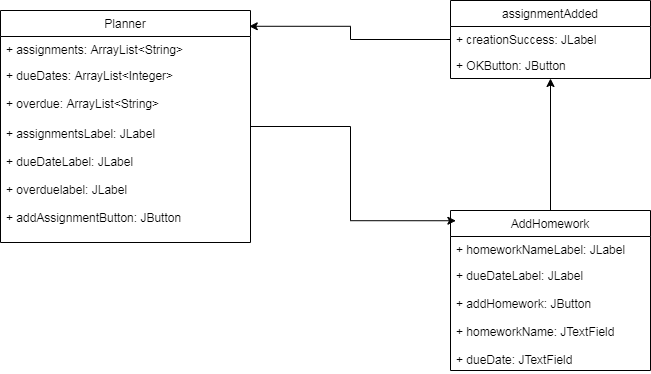
This is Homework Tracker Class Diagram.png from aarontwang/HomeworkTracker, a draw.io export, as it was before one commit. Source tidied: cells renumbered, new cells last; positions are measured from the earlier drawing's top-left corner, leaving out a move shared by most shapes.
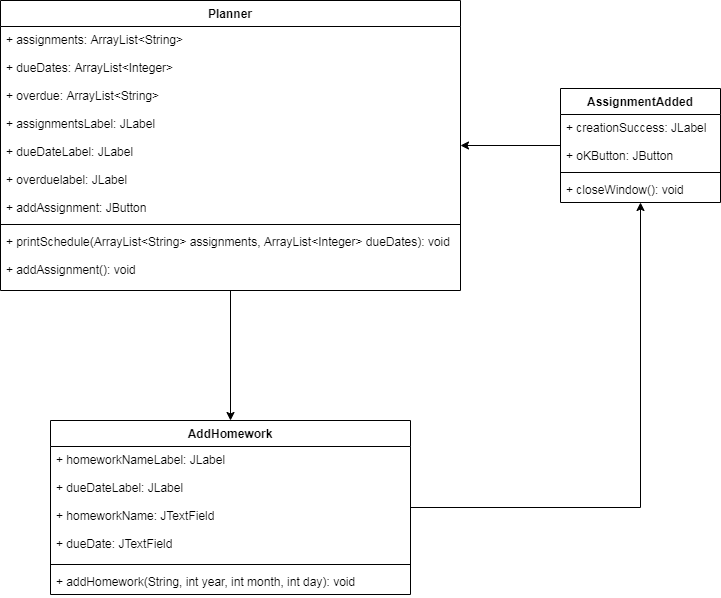
After the change.

Change to the diagram source:
```diff
@@ -2,44 +2,50 @@
   <root>
     <mxCell id="0" />
     <mxCell id="1" parent="0" />
+    <mxCell id="15" style="edgeStyle=orthogonalEdgeStyle;rounded=0;jettySize=auto;html=1;" parent="1" edge="1" source="8" target="20">
+      <mxGeometry relative="1" as="geometry" />
+    </mxCell>
+    <mxCell id="8" value="AddHomework" style="swimlane;fontStyle=1;align=center;verticalAlign=top;horizontal=1;startSize=26;" parent="1" vertex="1">
+      <mxGeometry x="-40" y="430" width="360" height="174" as="geometry" />
+    </mxCell>
+    <mxCell id="16" value="+ homeworkNameLabel: JLabel&#10;&#10;+ dueDateLabel: JLabel&#10;&#10;+ homeworkName: JTextField&#10;&#10;+ dueDate: JTextField" style="text;strokeColor=none;fillColor=none;align=left;verticalAlign=top;spacingLeft=4;spacingRight=4;overflow=hidden;" parent="8" vertex="1">
+      <mxGeometry y="26" width="360" height="114" as="geometry" />
+    </mxCell>
+    <mxCell id="17" style="line;strokeWidth=1;fillColor=none;align=left;verticalAlign=middle;spacingTop=-1;spacingLeft=3;spacingRight=3;labelPosition=right;" parent="8" vertex="1">
+      <mxGeometry y="140" width="360" height="8" as="geometry" />
+    </mxCell>
+    <mxCell id="18" value="+ addHomework(String, int year, int month, int day): void" style="text;strokeColor=none;fillColor=none;align=left;verticalAlign=top;spacingLeft=4;spacingRight=4;overflow=hidden;" parent="8" vertex="1">
+      <mxGeometry y="148" width="360" height="26" as="geometry" />
+    </mxCell>
+    <mxCell id="19" style="edgeStyle=orthogonalEdgeStyle;rounded=0;jettySize=auto;html=1;" parent="1" edge="1" source="20" target="3">
+      <mxGeometry relative="1" as="geometry" />
+    </mxCell>
+    <mxCell id="20" value="AssignmentAdded" style="swimlane;fontStyle=1;align=center;verticalAlign=top;horizontal=1;startSize=26;" parent="1" vertex="1">
+      <mxGeometry x="470" y="98" width="160" height="114" as="geometry" />
+    </mxCell>
+    <mxCell id="21" value="+ creationSuccess: JLabel&#10;&#10;+ oKButton: JButton" style="text;strokeColor=none;fillColor=none;align=left;verticalAlign=top;spacingLeft=4;spacingRight=4;overflow=hidden;" parent="20" vertex="1">
+      <mxGeometry y="26" width="160" height="54" as="geometry" />
+    </mxCell>
+    <mxCell id="22" style="line;strokeWidth=1;fillColor=none;align=left;verticalAlign=middle;spacingTop=-1;spacingLeft=3;spacingRight=3;labelPosition=right;" parent="20" vertex="1">
+      <mxGeometry y="80" width="160" height="8" as="geometry" />
+    </mxCell>
+    <mxCell id="23" value="+ closeWindow(): void" style="text;strokeColor=none;fillColor=none;align=left;verticalAlign=top;spacingLeft=4;spacingRight=4;overflow=hidden;" parent="20" vertex="1">
+      <mxGeometry y="88" width="160" height="26" as="geometry" />
+    </mxCell>
-    <mxCell id="2" style="edgeStyle=orthogonalEdgeStyle;rounded=0;jettySize=auto;html=1;entryX=0.027;entryY=0.064;entryDx=0;entryDy=0;entryPerimeter=0;" parent="1" edge="1" source="3" target="8">
+    <mxCell id="2" style="edgeStyle=orthogonalEdgeStyle;rounded=0;jettySize=auto;html=1;" parent="1" edge="1" source="3" target="8">
       <mxGeometry relative="1" as="geometry" />
     </mxCell>
-    <mxCell id="3" value="Planner" style="swimlane;fontStyle=0;horizontal=1;startSize=26;fillColor=none;" parent="1" vertex="1">
-      <mxGeometry y="10" width="250" height="232" as="geometry" />
+    <mxCell id="3" value="Planner" style="swimlane;fontStyle=1;align=center;verticalAlign=top;horizontal=1;startSize=26;" parent="1" vertex="1">
+      <mxGeometry x="-90" y="10" width="460" height="290" as="geometry" />
     </mxCell>
-    <mxCell id="4" value="+ assignments: ArrayList&lt;String&gt;" style="text;strokeColor=none;fillColor=none;align=left;verticalAlign=top;spacingLeft=4;spacingRight=4;overflow=hidden;" parent="3" vertex="1">
-      <mxGeometry y="26" width="250" height="26" as="geometry" />
-    </mxCell>
-    <mxCell id="5" value="+ dueDates: ArrayList&lt;Integer&gt;&#10;&#10;+ overdue: ArrayList&lt;String&gt;" style="text;strokeColor=none;fillColor=none;align=left;verticalAlign=top;spacingLeft=4;spacingRight=4;overflow=hidden;" parent="3" vertex="1">
-      <mxGeometry y="52" width="250" height="58" as="geometry" />
-    </mxCell>
-    <mxCell id="6" value="+ assignmentsLabel: JLabel&#10;&#10;+ dueDateLabel: JLabel&#10;&#10;+ overduelabel: JLabel&#10;&#10;+ addAssignmentButton: JButton&#10;&#10;" style="text;strokeColor=none;fillColor=none;align=left;verticalAlign=top;spacingLeft=4;spacingRight=4;overflow=hidden;" parent="3" vertex="1">
-      <mxGeometry y="110" width="250" height="122" as="geometry" />
-    </mxCell>
-    <mxCell id="7" style="edgeStyle=orthogonalEdgeStyle;rounded=0;jettySize=auto;html=1;" parent="1" edge="1" source="8" target="12">
-      <mxGeometry relative="1" as="geometry" />
-    </mxCell>
-    <mxCell id="8" value="AddHomework" style="swimlane;fontStyle=0;horizontal=1;startSize=26;fillColor=none;" parent="1" vertex="1">
-      <mxGeometry x="450" y="210" width="200" height="160" as="geometry" />
-    </mxCell>
-    <mxCell id="9" value="+ homeworkNameLabel: JLabel" style="text;strokeColor=none;fillColor=none;align=left;verticalAlign=top;spacingLeft=4;spacingRight=4;overflow=hidden;" parent="8" vertex="1">
-      <mxGeometry y="26" width="200" height="26" as="geometry" />
-    </mxCell>
-    <mxCell id="10" value="+ dueDateLabel: JLabel&#10;&#10;+ addHomework: JButton&#10;&#10;+ homeworkName: JTextField&#10;&#10;+ dueDate: JTextField" style="text;strokeColor=none;fillColor=none;align=left;verticalAlign=top;spacingLeft=4;spacingRight=4;overflow=hidden;" parent="8" vertex="1">
-      <mxGeometry y="52" width="200" height="108" as="geometry" />
-    </mxCell>
-    <mxCell id="11" style="edgeStyle=orthogonalEdgeStyle;rounded=0;jettySize=auto;html=1;entryX=0.995;entryY=0.068;entryDx=0;entryDy=0;entryPerimeter=0;" parent="1" edge="1" source="12" target="3">
-      <mxGeometry relative="1" as="geometry" />
-    </mxCell>
-    <mxCell id="12" value="assignmentAdded" style="swimlane;fontStyle=0;horizontal=1;startSize=26;fillColor=none;" parent="1" vertex="1">
-      <mxGeometry x="450" width="200" height="78" as="geometry" />
-    </mxCell>
-    <mxCell id="13" value="+ creationSuccess: JLabel" style="text;strokeColor=none;fillColor=none;align=left;verticalAlign=top;spacingLeft=4;spacingRight=4;overflow=hidden;" parent="12" vertex="1">
-      <mxGeometry y="26" width="200" height="26" as="geometry" />
-    </mxCell>
-    <mxCell id="14" value="+ OKButton: JButton" style="text;strokeColor=none;fillColor=none;align=left;verticalAlign=top;spacingLeft=4;spacingRight=4;overflow=hidden;" parent="12" vertex="1">
-      <mxGeometry y="52" width="200" height="26" as="geometry" />
-    </mxCell>
+    <mxCell id="24" value="+ assignments: ArrayList&lt;String&gt;&#10;&#10;+ dueDates: ArrayList&lt;Integer&gt;&#10;&#10;+ overdue: ArrayList&lt;String&gt;&#10;&#10;+ assignmentsLabel: JLabel&#10;&#10;+ dueDateLabel: JLabel&#10;&#10;+ overduelabel: JLabel&#10;&#10;+ addAssignment: JButton" style="text;strokeColor=none;fillColor=none;align=left;verticalAlign=top;spacingLeft=4;spacingRight=4;overflow=hidden;" parent="3" vertex="1">
+      <mxGeometry y="26" width="460" height="194" as="geometry" />
+    </mxCell>
+    <mxCell id="25" style="line;strokeWidth=1;fillColor=none;align=left;verticalAlign=middle;spacingTop=-1;spacingLeft=3;spacingRight=3;labelPosition=right;" parent="3" vertex="1">
+      <mxGeometry y="220" width="460" height="8" as="geometry" />
+    </mxCell>
+    <mxCell id="26" value="+ printSchedule(ArrayList&lt;String&gt; assignments, ArrayList&lt;Integer&gt; dueDates): void&#10;&#10;+ addAssignment(): void" style="text;strokeColor=none;fillColor=none;align=left;verticalAlign=top;spacingLeft=4;spacingRight=4;overflow=hidden;" parent="3" vertex="1">
+      <mxGeometry y="228" width="460" height="62" as="geometry" />
+    </mxCell>
   </root>
 </mxGraphModel>
```
